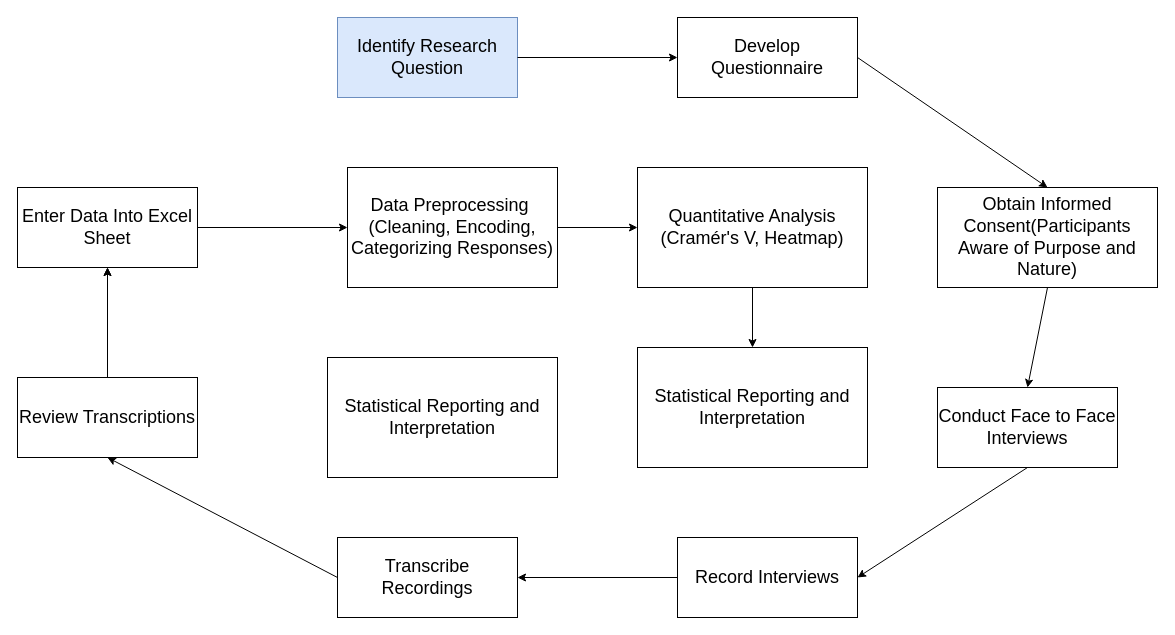
Before: page "Page-1" (1 of 4) of Untitled Diagram.drawio in bijoy111/draw, a draw.io diagram. Source tidied: cells renumbered, new cells numbered last; positions are measured from the earlier drawing's top-left corner, leaving out a move shared by most shapes. Both pictures are drawn from the tidied source at 100%, with x=0, y=0 at pixel (17, 17).
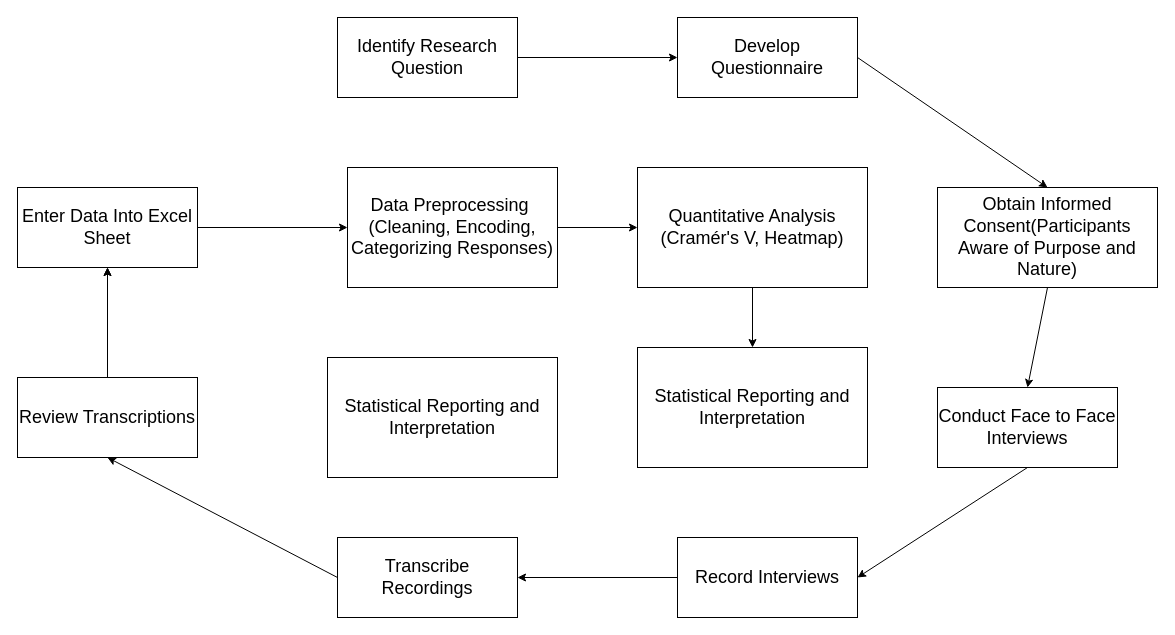
After the change.

The edit, as a diff of the source:
```diff
@@
-    <mxCell id="2" value="&lt;font style=&quot;font-size: 18px;&quot;&gt;Identify Research Question&lt;/font&gt;" style="rounded=0;whiteSpace=wrap;html=1;fillColor=#dae8fc;strokeColor=#6c8ebf;" parent="1" vertex="1">
+    <mxCell id="2" value="&lt;font style=&quot;font-size: 18px;&quot;&gt;Identify Research Question&lt;/font&gt;" style="rounded=0;whiteSpace=wrap;html=1;" parent="1" vertex="1">
       <mxGeometry x="320" width="180" height="80" as="geometry" />
     </mxCell>
```
